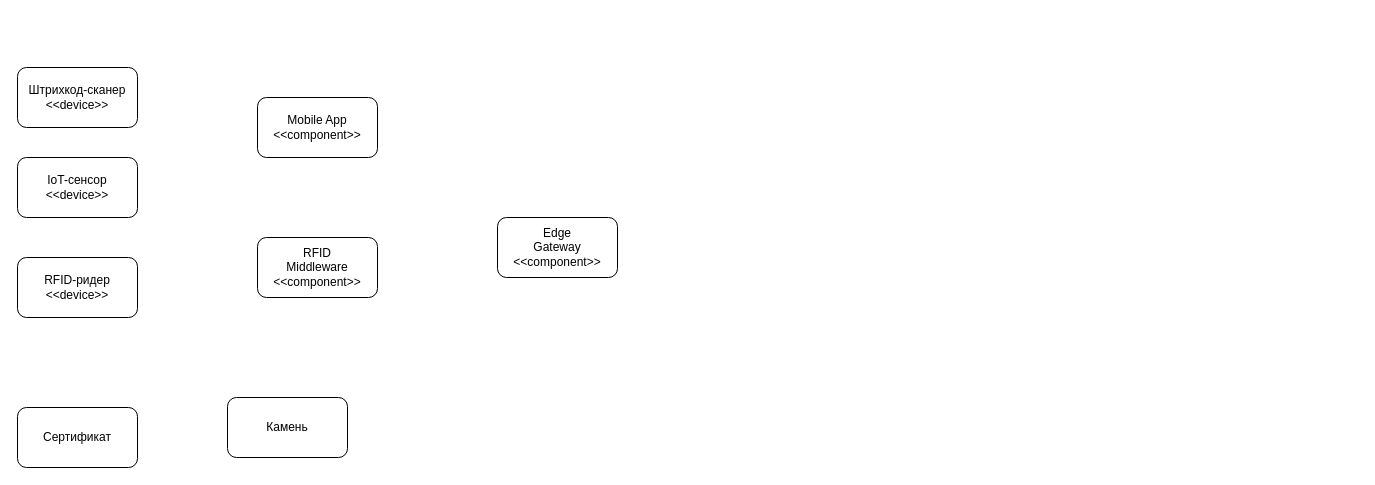
Moonteddy777/Laba keeps this draw.io diagram as ии.drawio. Above is the earlier version. Source tidied: cells renumbered, new cells numbered last; positions are measured from the earlier drawing's top-left corner, leaving out a move shared by most shapes. Both pictures are drawn from the tidied source at 100%, with x=0, y=0 at pixel (17, 67).
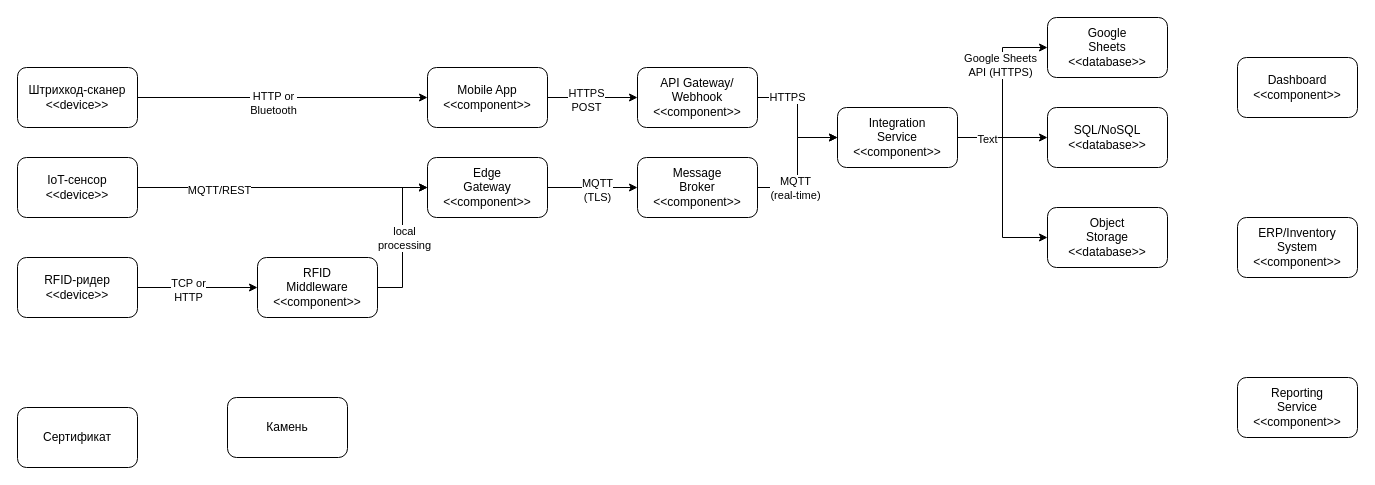
The same diagram, later.

The change refers to these unchanged cells:
```xml
<mxCell id="4" value="Штрихкод-сканер&lt;div&gt;&amp;lt;&amp;lt;device&amp;gt;&amp;gt;&lt;/div&gt;" style="rounded=1;whiteSpace=wrap;html=1;" parent="1" vertex="1">
  <mxGeometry width="120" height="60" as="geometry" />
</mxCell>
<mxCell id="5" value="IoT-сенсор&lt;div&gt;&amp;lt;&amp;lt;device&amp;gt;&amp;gt;&lt;/div&gt;" style="rounded=1;whiteSpace=wrap;html=1;" parent="1" vertex="1">
  <mxGeometry y="90" width="120" height="60" as="geometry" />
</mxCell>
<mxCell id="6" value="RFID-ридер&lt;div&gt;&amp;lt;&amp;lt;device&amp;gt;&amp;gt;&lt;/div&gt;" style="rounded=1;whiteSpace=wrap;html=1;" parent="1" vertex="1">
  <mxGeometry y="190" width="120" height="60" as="geometry" />
</mxCell>
```

Diff of the diagram source:
```diff
@@
+    <mxCell id="10" style="edgeStyle=orthogonalEdgeStyle;rounded=0;jettySize=auto;html=1;exitX=1;exitY=0.5;exitDx=0;exitDy=0;entryX=0;entryY=0.5;entryDx=0;entryDy=0;" parent="1" edge="1" source="4" target="7">
+      <mxGeometry relative="1" as="geometry" />
+    </mxCell>
+    <mxCell id="11" value="HTTP or&lt;div&gt;Bluetooth&lt;/div&gt;" style="edgeLabel;html=1;align=center;verticalAlign=middle;" parent="10" vertex="1">
+      <mxGeometry x="-0.07" y="-5" relative="1" as="geometry" />
+    </mxCell>
@@
+    <mxCell id="12" style="edgeStyle=orthogonalEdgeStyle;rounded=0;jettySize=auto;html=1;exitX=1;exitY=0.5;exitDx=0;exitDy=0;" parent="1" edge="1" source="5" target="9">
+      <mxGeometry relative="1" as="geometry" />
+    </mxCell>
+    <mxCell id="13" value="MQTT/REST" style="edgeLabel;html=1;align=center;verticalAlign=middle;" parent="12" vertex="1">
+      <mxGeometry x="-0.44" y="-2" relative="1" as="geometry" />
+    </mxCell>
@@
+    <mxCell id="14" style="edgeStyle=orthogonalEdgeStyle;rounded=0;jettySize=auto;html=1;exitX=1;exitY=0.5;exitDx=0;exitDy=0;entryX=0;entryY=0.5;entryDx=0;entryDy=0;" parent="1" edge="1" source="6" target="8">
+      <mxGeometry relative="1" as="geometry" />
+    </mxCell>
+    <mxCell id="15" value="TCP or&lt;div&gt;HTTP&lt;/div&gt;" style="edgeLabel;html=1;align=center;verticalAlign=middle;" parent="14" vertex="1">
+      <mxGeometry x="-0.17" y="-2" relative="1" as="geometry" />
+    </mxCell>
@@
+    <mxCell id="16" style="edgeStyle=orthogonalEdgeStyle;rounded=0;jettySize=auto;html=1;" parent="1" edge="1" source="7" target="24">
+      <mxGeometry relative="1" as="geometry" />
+    </mxCell>
+    <mxCell id="17" value="HTTPS&lt;div&gt;POST&lt;/div&gt;" style="edgeLabel;html=1;align=center;verticalAlign=middle;" parent="16" vertex="1">
+      <mxGeometry x="-0.16" y="-2" relative="1" as="geometry" />
+    </mxCell>
     <mxCell id="7" value="Mobile App&lt;div&gt;&amp;lt;&amp;lt;component&amp;gt;&amp;gt;&lt;/div&gt;" style="rounded=1;whiteSpace=wrap;html=1;" parent="1" vertex="1">
-      <mxGeometry x="240" y="30" width="120" height="60" as="geometry" />
+      <mxGeometry x="410" width="120" height="60" as="geometry" />
     </mxCell>
+    <mxCell id="18" style="edgeStyle=orthogonalEdgeStyle;rounded=0;jettySize=auto;html=1;exitX=1;exitY=0.5;exitDx=0;exitDy=0;entryX=0;entryY=0.5;entryDx=0;entryDy=0;" parent="1" edge="1" source="8" target="9">
+      <mxGeometry relative="1" as="geometry" />
+    </mxCell>
+    <mxCell id="19" value="local&lt;div&gt;processing&lt;/div&gt;" style="edgeLabel;html=1;align=center;verticalAlign=middle;" parent="18" vertex="1">
+      <mxGeometry y="-1" relative="1" as="geometry" />
+    </mxCell>
     <mxCell id="8" value="RFID&lt;div&gt;Middleware&lt;/div&gt;&lt;div&gt;&amp;lt;&amp;lt;component&amp;gt;&amp;gt;&lt;/div&gt;" style="rounded=1;whiteSpace=wrap;html=1;" parent="1" vertex="1">
-      <mxGeometry x="240" y="170" width="120" height="60" as="geometry" />
+      <mxGeometry x="240" y="190" width="120" height="60" as="geometry" />
     </mxCell>
+    <mxCell id="20" style="edgeStyle=orthogonalEdgeStyle;rounded=0;jettySize=auto;html=1;" parent="1" edge="1" source="9" target="27">
+      <mxGeometry relative="1" as="geometry" />
+    </mxCell>
+    <mxCell id="21" value="MQTT&lt;div&gt;(TLS)&lt;/div&gt;" style="edgeLabel;html=1;align=center;verticalAlign=middle;" parent="20" vertex="1">
+      <mxGeometry x="0.08" y="-2" relative="1" as="geometry" />
+    </mxCell>
     <mxCell id="9" value="Edge&lt;div&gt;Gateway&lt;/div&gt;&lt;div&gt;&amp;lt;&amp;lt;component&amp;gt;&amp;gt;&lt;/div&gt;" style="rounded=1;whiteSpace=wrap;html=1;" parent="1" vertex="1">
-      <mxGeometry x="480" y="150" width="120" height="60" as="geometry" />
+      <mxGeometry x="410" y="90" width="120" height="60" as="geometry" />
     </mxCell>
+    <mxCell id="22" style="edgeStyle=orthogonalEdgeStyle;rounded=0;jettySize=auto;html=1;exitX=1;exitY=0.5;exitDx=0;exitDy=0;entryX=0;entryY=0.5;entryDx=0;entryDy=0;" parent="1" edge="1" source="24" target="33">
+      <mxGeometry relative="1" as="geometry" />
+    </mxCell>
+    <mxCell id="23" value="HTTPS" style="edgeLabel;html=1;align=center;verticalAlign=middle;" parent="22" vertex="1">
+      <mxGeometry x="-0.52" y="1" relative="1" as="geometry" />
+    </mxCell>
+    <mxCell id="24" value="API Gateway/&lt;div&gt;Webhook&lt;/div&gt;&lt;div&gt;&amp;lt;&amp;lt;component&amp;gt;&amp;gt;&lt;/div&gt;" style="rounded=1;whiteSpace=wrap;html=1;" parent="1" vertex="1">
+      <mxGeometry x="620" width="120" height="60" as="geometry" />
+    </mxCell>
+    <mxCell id="25" style="edgeStyle=orthogonalEdgeStyle;rounded=0;jettySize=auto;html=1;exitX=1;exitY=0.5;exitDx=0;exitDy=0;entryX=0;entryY=0.5;entryDx=0;entryDy=0;" parent="1" edge="1" source="27" target="33">
+      <mxGeometry relative="1" as="geometry" />
+    </mxCell>
+    <mxCell id="26" value="MQTT&lt;div&gt;(real-time)&lt;/div&gt;" style="edgeLabel;html=1;align=center;verticalAlign=middle;" parent="25" vertex="1">
+      <mxGeometry x="-0.43" relative="1" as="geometry" />
+    </mxCell>
+    <mxCell id="27" value="Message&lt;div&gt;Broker&lt;/div&gt;&lt;div&gt;&amp;lt;&amp;lt;component&amp;gt;&amp;gt;&lt;/div&gt;" style="rounded=1;whiteSpace=wrap;html=1;" parent="1" vertex="1">
+      <mxGeometry x="620" y="90" width="120" height="60" as="geometry" />
+    </mxCell>
+    <mxCell id="28" style="edgeStyle=orthogonalEdgeStyle;rounded=0;jettySize=auto;html=1;" parent="1" edge="1" source="33" target="35">
+      <mxGeometry relative="1" as="geometry" />
+    </mxCell>
+    <mxCell id="29" style="edgeStyle=orthogonalEdgeStyle;rounded=0;jettySize=auto;html=1;exitX=1;exitY=0.5;exitDx=0;exitDy=0;entryX=0;entryY=0.5;entryDx=0;entryDy=0;" parent="1" edge="1" source="33" target="34">
+      <mxGeometry relative="1" as="geometry" />
+    </mxCell>
+    <mxCell id="30" value="Google Sheets&lt;div&gt;API (HTTPS)&lt;/div&gt;" style="edgeLabel;html=1;align=center;verticalAlign=middle;" parent="29" vertex="1">
+      <mxGeometry x="0.31" y="3" relative="1" as="geometry" />
+    </mxCell>
+    <mxCell id="31" style="edgeStyle=orthogonalEdgeStyle;rounded=0;jettySize=auto;html=1;exitX=1;exitY=0.5;exitDx=0;exitDy=0;entryX=0;entryY=0.5;entryDx=0;entryDy=0;" parent="1" edge="1" source="33" target="36">
+      <mxGeometry relative="1" as="geometry" />
+    </mxCell>
+    <mxCell id="32" value="Text" style="edgeLabel;html=1;align=center;verticalAlign=middle;" parent="31" vertex="1">
+      <mxGeometry x="-0.69" y="-1" relative="1" as="geometry" />
+    </mxCell>
+    <mxCell id="33" value="Integration&lt;div&gt;Service&lt;/div&gt;&lt;div&gt;&amp;lt;&amp;lt;component&amp;gt;&amp;gt;&lt;/div&gt;" style="rounded=1;whiteSpace=wrap;html=1;" parent="1" vertex="1">
+      <mxGeometry x="820" y="40" width="120" height="60" as="geometry" />
+    </mxCell>
+    <mxCell id="34" value="Google&lt;div&gt;Sheets&lt;/div&gt;&lt;div&gt;&amp;lt;&amp;lt;database&amp;gt;&amp;gt;&lt;/div&gt;" style="rounded=1;whiteSpace=wrap;html=1;" parent="1" vertex="1">
+      <mxGeometry x="1030" y="-50" width="120" height="60" as="geometry" />
+    </mxCell>
+    <mxCell id="35" value="SQL/NoSQL&lt;div&gt;&amp;lt;&amp;lt;database&amp;gt;&amp;gt;&lt;/div&gt;" style="rounded=1;whiteSpace=wrap;html=1;" parent="1" vertex="1">
+      <mxGeometry x="1030" y="40" width="120" height="60" as="geometry" />
+    </mxCell>
+    <mxCell id="36" value="Object&lt;div&gt;Storage&lt;/div&gt;&lt;div&gt;&amp;lt;&amp;lt;database&amp;gt;&amp;gt;&lt;/div&gt;" style="rounded=1;whiteSpace=wrap;html=1;" parent="1" vertex="1">
+      <mxGeometry x="1030" y="140" width="120" height="60" as="geometry" />
+    </mxCell>
+    <mxCell id="37" value="Dashboard&lt;div&gt;&amp;lt;&amp;lt;component&amp;gt;&amp;gt;&lt;/div&gt;" style="rounded=1;whiteSpace=wrap;html=1;" parent="1" vertex="1">
+      <mxGeometry x="1220" y="-10" width="120" height="60" as="geometry" />
+    </mxCell>
+    <mxCell id="38" value="ERP/Inventory&lt;div&gt;System&lt;/div&gt;&lt;div&gt;&amp;lt;&amp;lt;component&amp;gt;&amp;gt;&lt;/div&gt;" style="rounded=1;whiteSpace=wrap;html=1;" parent="1" vertex="1">
+      <mxGeometry x="1220" y="150" width="120" height="60" as="geometry" />
+    </mxCell>
+    <mxCell id="39" value="Reporting&lt;div&gt;Service&lt;/div&gt;&lt;div&gt;&amp;lt;&amp;lt;component&amp;gt;&amp;gt;&lt;/div&gt;" style="rounded=1;whiteSpace=wrap;html=1;" parent="1" vertex="1">
+      <mxGeometry x="1220" y="310" width="120" height="60" as="geometry" />
+    </mxCell>
```
